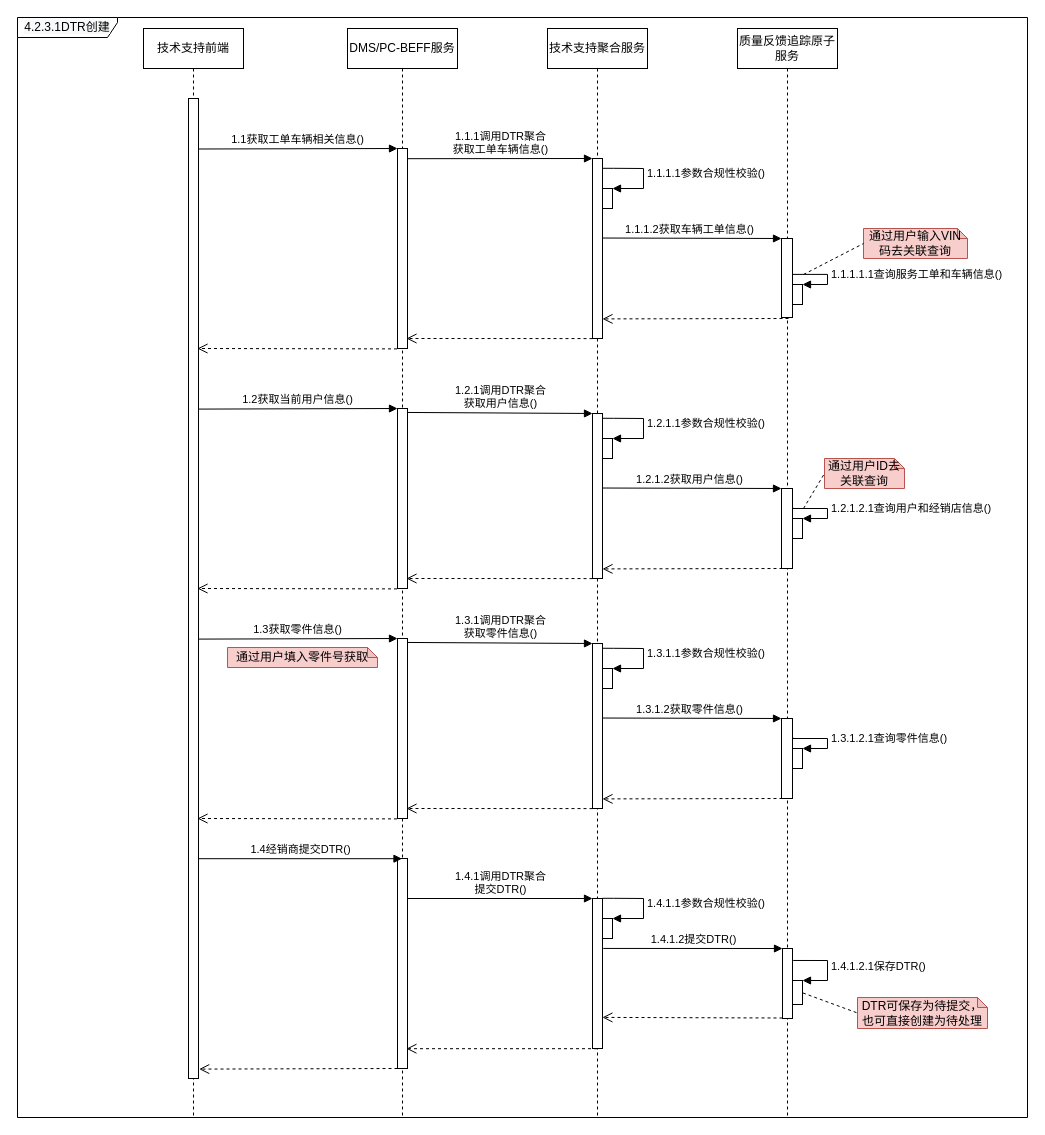
This is page "DTR行为设计-创建" (3 of 5) of images/DTR时序图.drawio from 1132489442/designer, a draw.io file, before an edit. Source tidied: cells renumbered, new cells numbered last; positions are measured from the earlier drawing's top-left corner, leaving out a move shared by most shapes. Both pictures are drawn from the tidied source at 100%, with x=0, y=0 at pixel (17, 17).
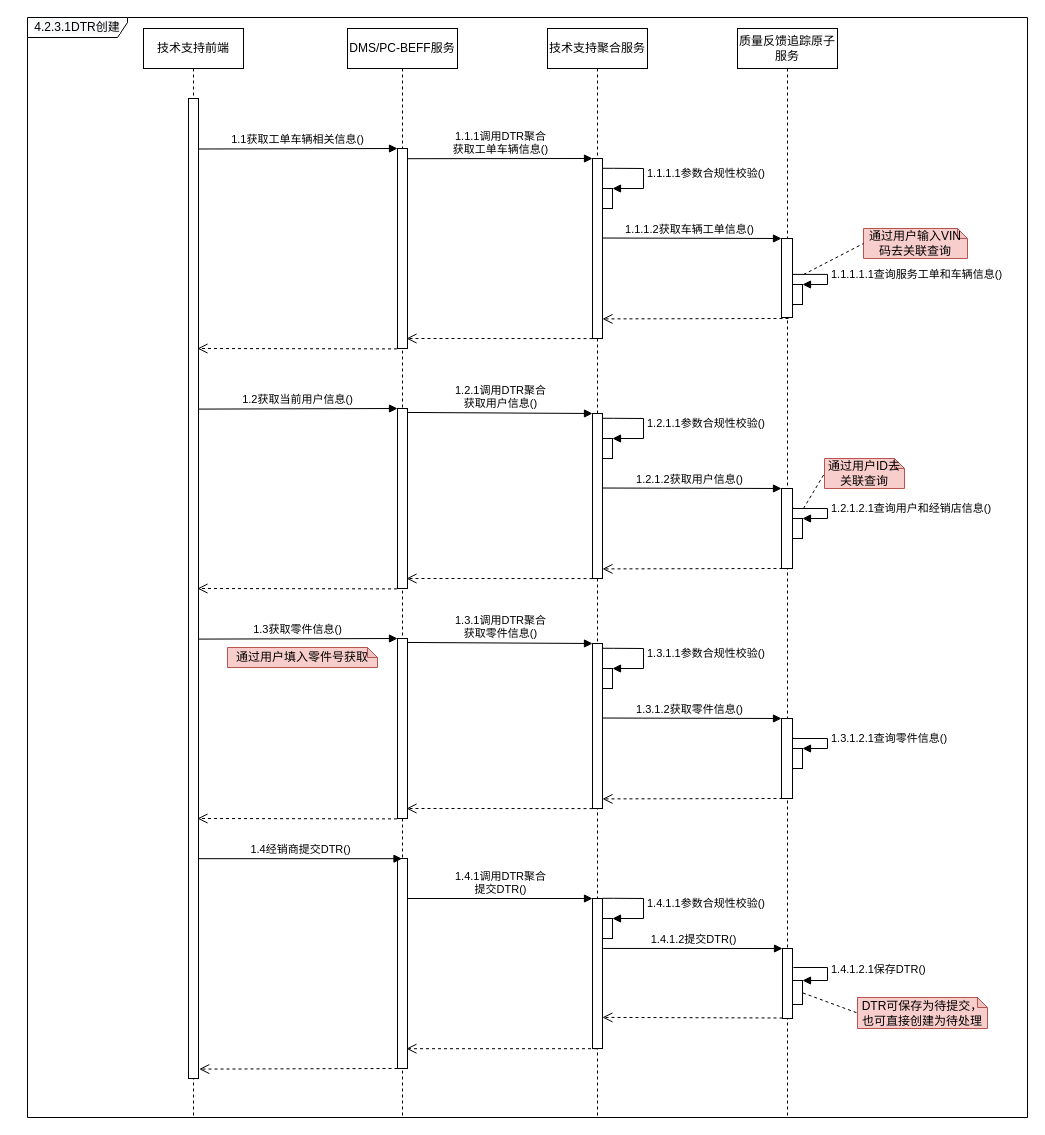
After the change.

The change refers to these unchanged cells:
```xml
<mxCell id="3" value="质量反馈追踪原子服务" style="shape=umlLifeline;perimeter=lifelinePerimeter;whiteSpace=wrap;html=1;" parent="1" vertex="1">
  <mxGeometry x="720" y="11" width="100" height="1089" as="geometry" />
</mxCell>
<mxCell id="4" style="html=1;points=[];perimeter=orthogonalPerimeter;" parent="3" vertex="1">
  <mxGeometry x="45" y="920" width="10" height="70" as="geometry" />
</mxCell>
<mxCell id="5" style="html=1;points=[];perimeter=orthogonalPerimeter;" parent="3" vertex="1">
  <mxGeometry x="55" y="952" width="10" height="24" as="geometry" />
</mxCell>
```

Change to the diagram source:
```diff
@@
     <mxCell id="2" value="&lt;span style=&quot;background-color: rgb(248 , 249 , 250)&quot;&gt;4.2.3.1DTR创建&lt;/span&gt;" style="shape=umlFrame;whiteSpace=wrap;html=1;width=100;height=20;" parent="1" vertex="1">
-      <mxGeometry width="1010" height="1100" as="geometry" />
+      <mxGeometry x="10" width="1000" height="1100" as="geometry" />
     </mxCell>
@@
-    <mxCell id="6" value="1.4.1.2.1保存DTR()" style="edgeStyle=orthogonalEdgeStyle;html=1;align=left;spacingLeft=2;endArrow=block;rounded=0;entryX=1;entryY=0;exitX=1.069;exitY=0.171;exitDx=0;exitDy=0;exitPerimeter=0;" parent="3" edge="1" source="4" target="5">
+    <mxCell id="6" value="1.4.1.2.1保存DTR()" style="edgeStyle=orthogonalEdgeStyle;html=1;align=left;spacingLeft=2;endArrow=block;rounded=0;entryX=1;entryY=0;" parent="3" edge="1" target="5">
       <mxGeometry relative="1" as="geometry">
+        <mxPoint x="56" y="939" as="sourcePoint" />
         <Array as="points">
-          <mxPoint x="90" y="932" />
+          <mxPoint x="90" y="939" />
           <mxPoint x="90" y="952" />
         </Array>
       </mxGeometry>
     </mxCell>
```
